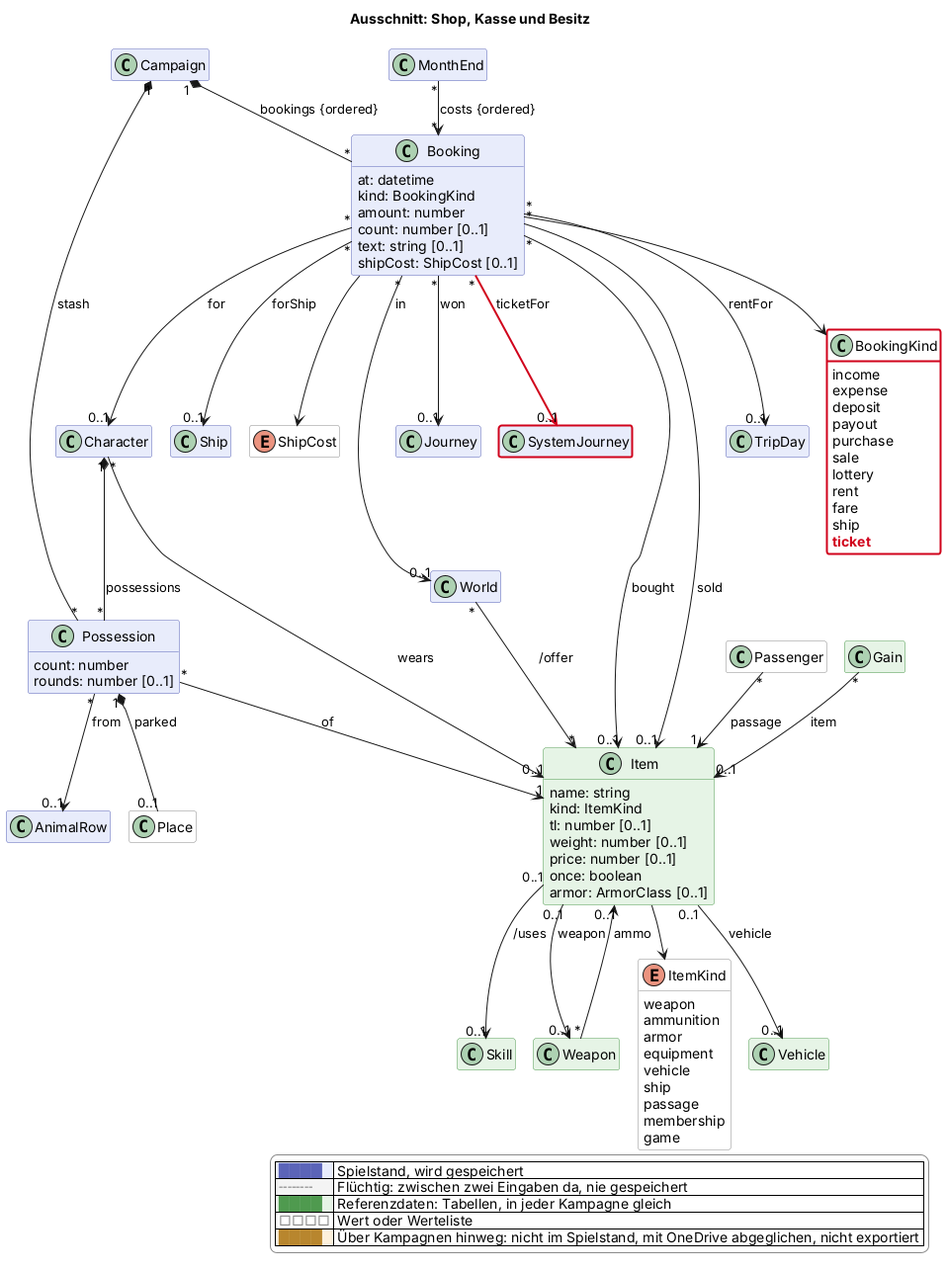
The PlantUML diagram docs/views/shop.png in scuzzar/SRE, before a commit. Source of this version:
```plantuml
@startuml
!if %not(%variable_exists("$change"))
!$change = "*"
!endif
!function $marked($c)
!return $change == "*" || $change == $c
!endfunction
!function $new($c, $t)
!if $marked($c)
!return "<color:#d0021b><b>" + $t + "</b></color>"
!endif
!return $t
!endfunction
!procedure $gone($c, $t)
!if $marked($c)
<color:#d0021b><s>$t</s></color>
!endif
!endprocedure
!function $newClass($c)
!if $marked($c)
!return "#line:d0021b;line.bold"
!endif
!return ""
!endfunction
!function $newArrow($c)
!if $marked($c)
!return "[#d0021b,bold]"
!endif
!return ""
!endfunction
!function $goneArrow($c)
!if $marked($c)
!return "[#d0021b,dashed]"
!endif
!return ""
!endfunction
!pragma layout smetana
title Ausschnitt: Shop, Kasse und Besitz
hide empty members
hide methods
skinparam classAttributeIconSize 0
skinparam shadowing false
skinparam packageStyle rectangle
skinparam class {
  BackgroundColor #e8ecfb
  BorderColor #5b64b8
  BackgroundColor<<transient>> #f4f4f4
  BorderColor<<transient>> #8a8a8a
  BackgroundColor<<reference>> #e6f4e6
  BorderColor<<reference>> #4f9a4f
  BackgroundColor<<value>> #ffffff
  BorderColor<<value>> #8a8a8a
  BackgroundColor<<browser>> #fdf1dc
  BorderColor<<browser>> #b8862e
}
skinparam legendBackgroundColor #ffffff
skinparam legendBorderColor #8a8a8a
<style>
classDiagram {
  class {
    .transient {
      LineStyle 5-3
    }
  }
}
</style>
hide <<transient>> stereotype
hide <<reference>> stereotype
hide <<value>> stereotype
hide <<browser>> stereotype

  class Campaign $kampagne
  class Booking $shop {
    at: datetime
    kind: BookingKind
    amount: number
    count: number [0..1]
    text: string [0..1]
    shipCost: ShipCost [0..1]
  }
  enum BookingKind <<value>> $shop {
    income
    expense
    deposit
    payout
    purchase
    sale
    lottery
    rent
    fare
    ship
    $new("2026-11-20d", "ticket")
  }
  class Character $charakter
  class Possession $shop {
    count: number
    rounds: number [0..1]
  }

  class Ship $schiffe
  enum ShipCost <<value>> $schiffe



  class World $sektor



  class MonthEnd $reise
  class Journey $reise
  class Passenger <<value>> $reise
  class SystemJourney $reise $newClass("2026-11-20d")

  class AnimalRow $begegnung

  class Skill <<reference>> $charakter
  class Gain <<reference>> $erschaffung
  class Item <<reference>> $shop {
    name: string
    kind: ItemKind
    tl: number [0..1]
    weight: number [0..1]
    price: number [0..1]
    once: boolean
    armor: ArmorClass [0..1]
  }
  class Weapon <<reference>> $kampf
  enum ItemKind <<value>> $shop {
    weapon
    ammunition
    armor
    equipment
    vehicle
    ship
    passage
    membership
    game
  }
  class Place <<value>> $oberflaeche
  class Vehicle <<reference>> $logistik
  class TripDay $logistik

Campaign "1" *-- "*" Booking : bookings {ordered}
Booking "*" --> "0..1" Character : for
Booking "*" --> "0..1" Item : bought
Booking "*" --> "0..1" Item : sold
Booking "*" --> "0..1" World : in
Booking --> BookingKind

Booking "*" --> "0..1" Ship : forShip


Passenger "*" --> "1" Item : passage
MonthEnd "*" --> "*" Booking : costs {ordered}
Booking --> ShipCost
Booking "*" --> "0..1" Journey : won
Booking "*" -$newArrow("2026-11-20d")-> "0..1" SystemJourney : ticketFor


Gain "*" --> "0..1" Item : item

Item "0..1" --> "0..1" Vehicle : vehicle
Booking "*" --> "0..1" TripDay : rentFor
Possession "1" *-- "0..1" Place : parked

Character "1" *-- "*" Possession : possessions
Campaign "1" *-- "*" Possession : stash
Possession "*" --> "1" Item : of
Item --> ItemKind
Item "0..1" --> "0..1" Skill : /uses
Item "0..1" --> "0..1" Weapon : weapon

Weapon "*" --> "0..1" Item : ammo
World "*" --> "*" Item : /offer

Possession "*" --> "0..1" AnimalRow : from



Character "*" --> "0..1" Item : wears



legend right
  |<#e8ecfb> <color:#5b64b8>████</color> | Spielstand, wird gespeichert |
  |<#f4f4f4> <color:#8a8a8a>╌╌╌╌</color> | Flüchtig: zwischen zwei Eingaben da, nie gespeichert |
  |<#e6f4e6> <color:#4f9a4f>████</color> | Referenzdaten: Tabellen, in jeder Kampagne gleich |
  |<#ffffff> <color:#8a8a8a>□□□□</color> | Wert oder Werteliste |
  |<#fdf1dc> <color:#b8862e>████</color> | Über Kampagnen hinweg: nicht im Spielstand, mit OneDrive abgeglichen, nicht exportiert |
endlegend
class BookingKind #line:d0021b;line.bold
@enduml
```
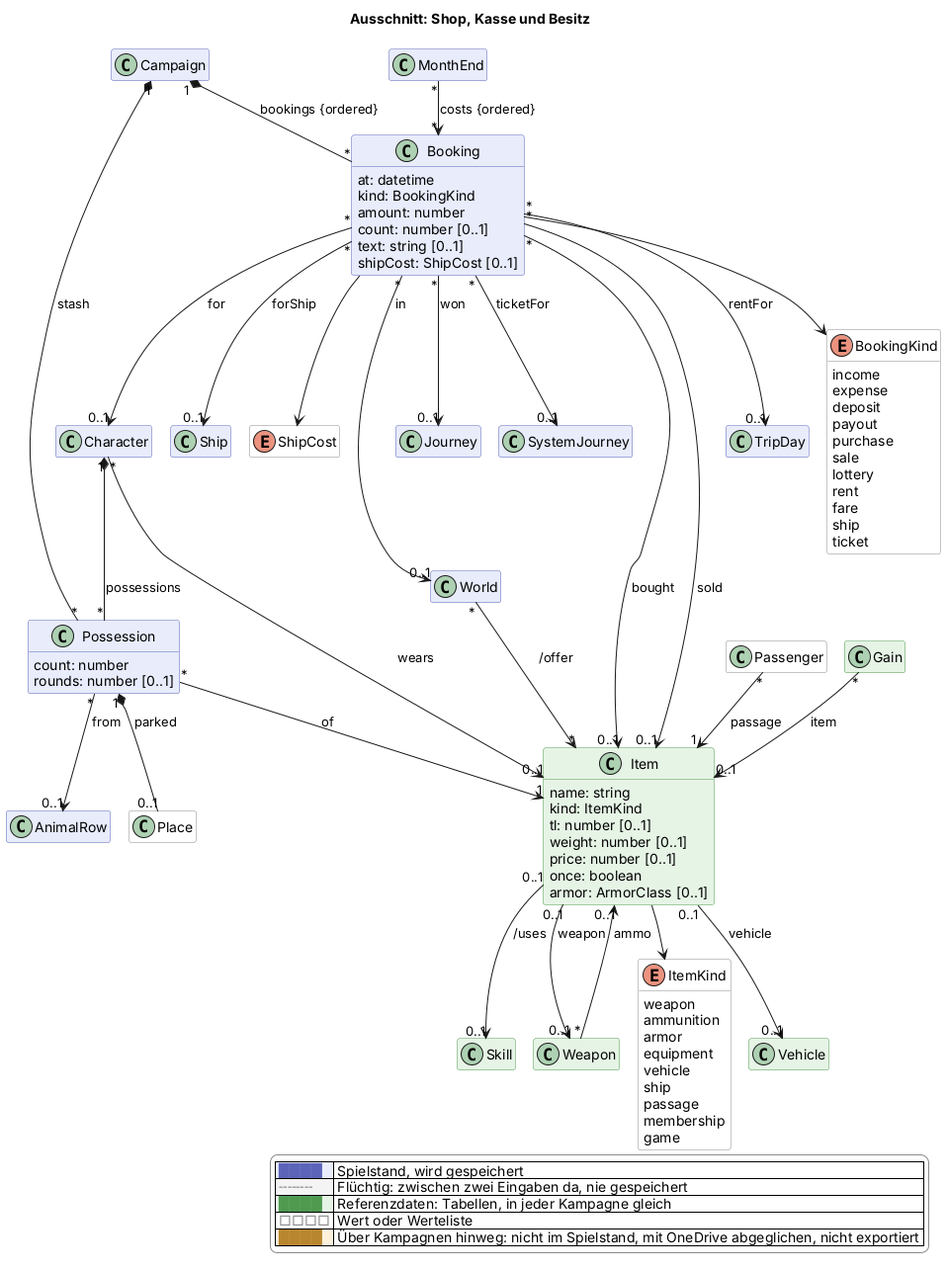
The same file after the commit.

Diff of the diagram source:
```diff
@@ -89,7 +89,7 @@
     rent
     fare
     ship
-    $new("2026-11-20d", "ticket")
+    ticket
   }
   class Character $charakter
   class Possession $shop {
@@ -109,7 +109,7 @@
   class MonthEnd $reise
   class Journey $reise
   class Passenger <<value>> $reise
-  class SystemJourney $reise $newClass("2026-11-20d")
+  class SystemJourney $reise
 
   class AnimalRow $begegnung
 
@@ -154,7 +154,7 @@
 MonthEnd "*" --> "*" Booking : costs {ordered}
 Booking --> ShipCost
 Booking "*" --> "0..1" Journey : won
-Booking "*" -$newArrow("2026-11-20d")-> "0..1" SystemJourney : ticketFor
+Booking "*" --> "0..1" SystemJourney : ticketFor
 
 
 Gain "*" --> "0..1" Item : item
@@ -188,5 +188,4 @@
   |<#ffffff> <color:#8a8a8a>□□□□</color> | Wert oder Werteliste |
   |<#fdf1dc> <color:#b8862e>████</color> | Über Kampagnen hinweg: nicht im Spielstand, mit OneDrive abgeglichen, nicht exportiert |
 endlegend
-class BookingKind #line:d0021b;line.bold
 @enduml
```
